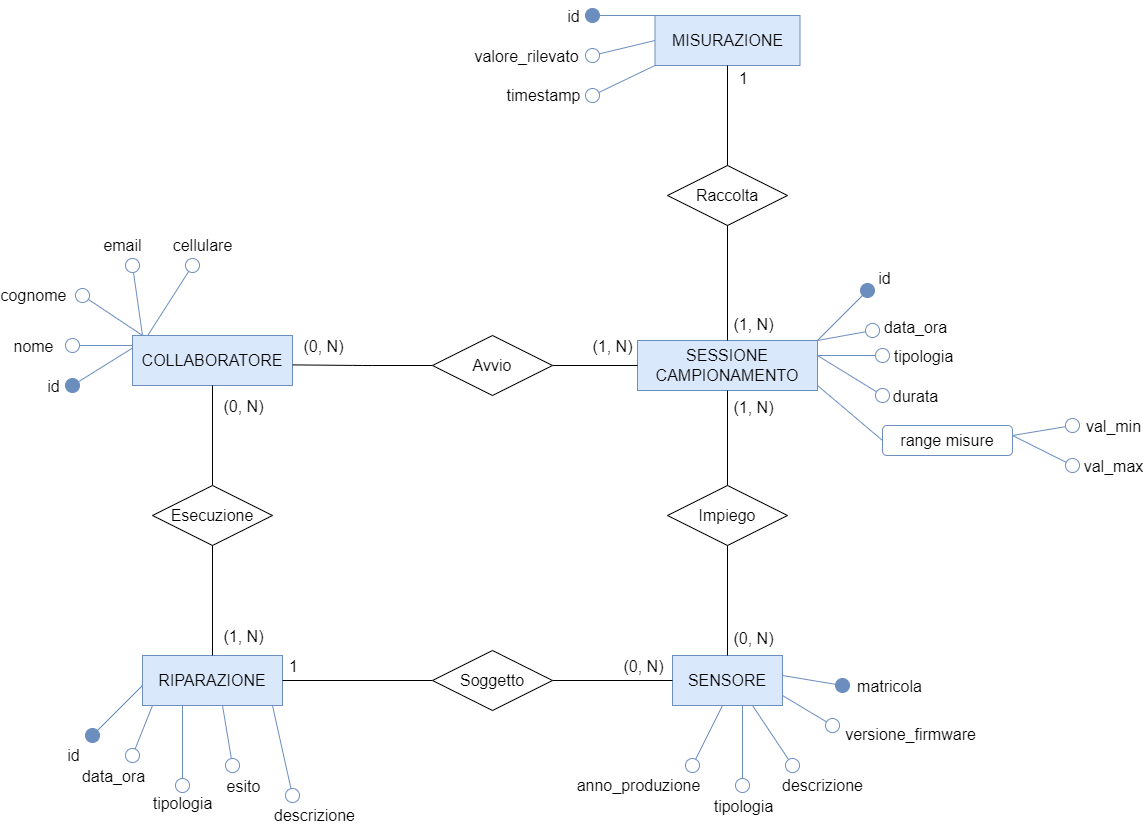
Earlier version of the draw.io export diagrammi e-r/Diag. Monitoraggio.png (faffolao/ProgettoBD2022). Source tidied: cells renumbered, new cells last; positions are measured from the earlier drawing's top-left corner, leaving out a move shared by most shapes.
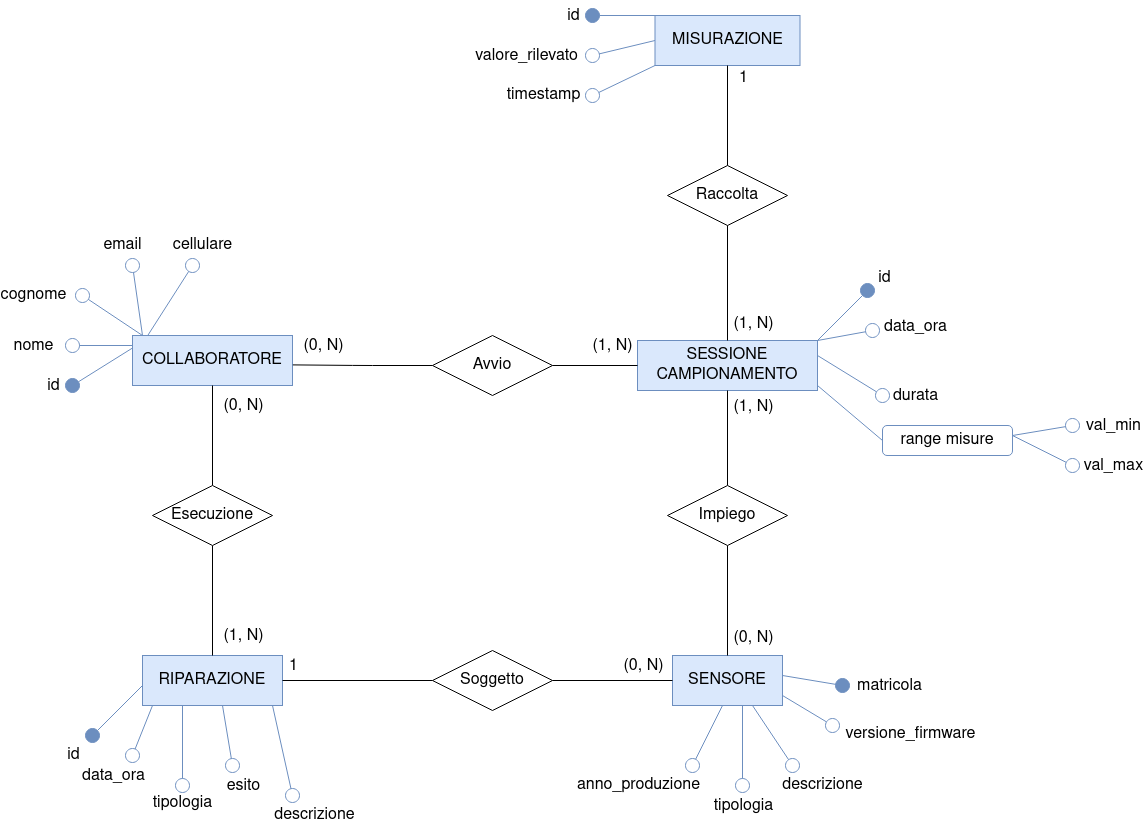
The same file after the commit.

Commit message:
rimosso tipologia dalla sessione di campionamento

What changed in the source:
```diff
@@ -245,17 +245,6 @@
         <mxPoint x="55" y="-6" as="offset" />
       </mxGeometry>
     </mxCell>
-    <mxCell id="53" style="endArrow=oval;html=1;strokeColor=#6c8ebf;strokeWidth=1;fontSize=12;startSize=14;endSize=14;endFill=0;fillColor=#dae8fc;" parent="1" edge="1">
-      <mxGeometry relative="1" as="geometry">
-        <mxPoint x="745" y="340" as="sourcePoint" />
-        <mxPoint x="810" y="340" as="targetPoint" />
-      </mxGeometry>
-    </mxCell>
-    <mxCell id="54" value="tipologia" style="edgeLabel;html=1;align=center;verticalAlign=middle;fontSize=16;" parent="53" vertex="1">
-      <mxGeometry x="0.34" y="-1" relative="1" as="geometry">
-        <mxPoint x="61" y="-1" as="offset" />
-      </mxGeometry>
-    </mxCell>
     <mxCell id="55" style="endArrow=none;html=1;strokeColor=#6c8ebf;strokeWidth=1;fontSize=12;startSize=14;endSize=14;endFill=0;startArrow=oval;startFill=0;fillColor=#dae8fc;" parent="1" edge="1">
       <mxGeometry relative="1" as="geometry">
         <mxPoint x="810" y="380" as="sourcePoint" />
```
